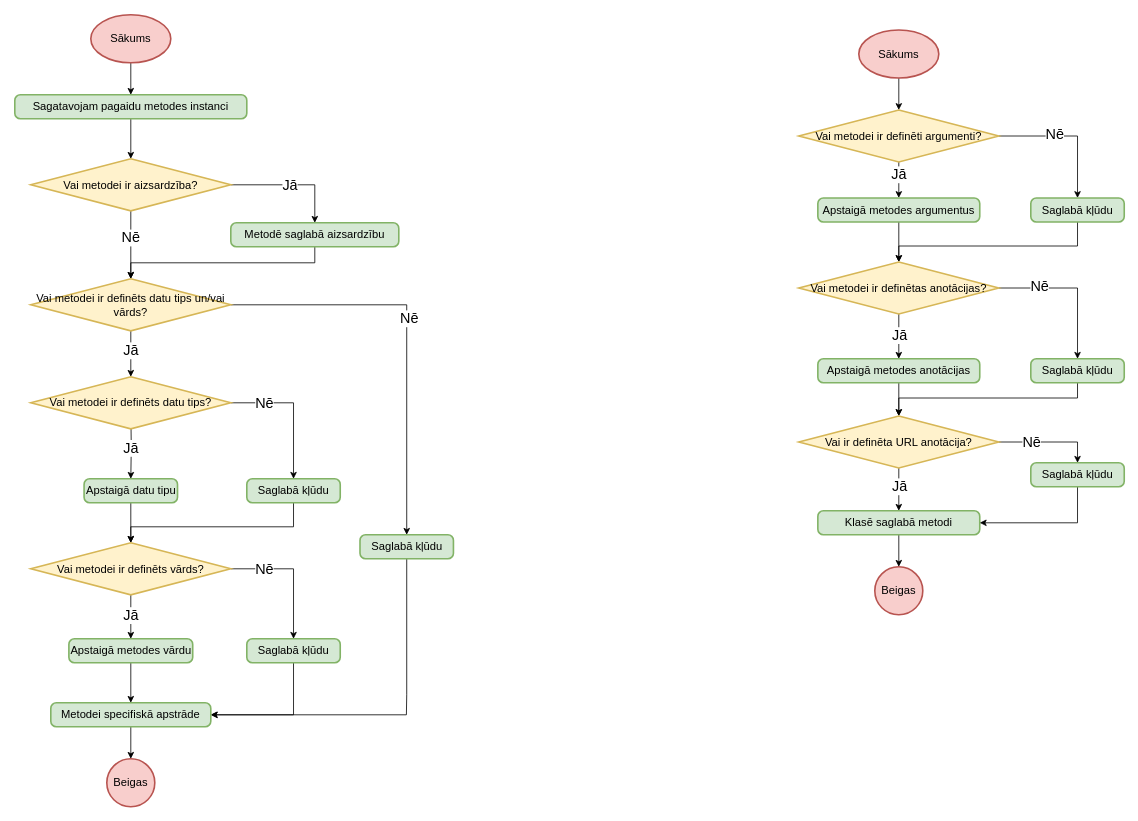
artiks12/webAppOS keeps this draw.io diagram as page "Metodes kompilēšana" (1 of 10) of src/Kvalifikacijas darbs/Diagrammas/Kompilators/Metodes.drawio. Above is the earlier version. Source tidied: cells renumbered, new cells numbered last; positions are measured from the earlier drawing's top-left corner, leaving out a move shared by most shapes. Both pictures are drawn from the tidied source at 80%, with x=0, y=0 at pixel (14, 14).
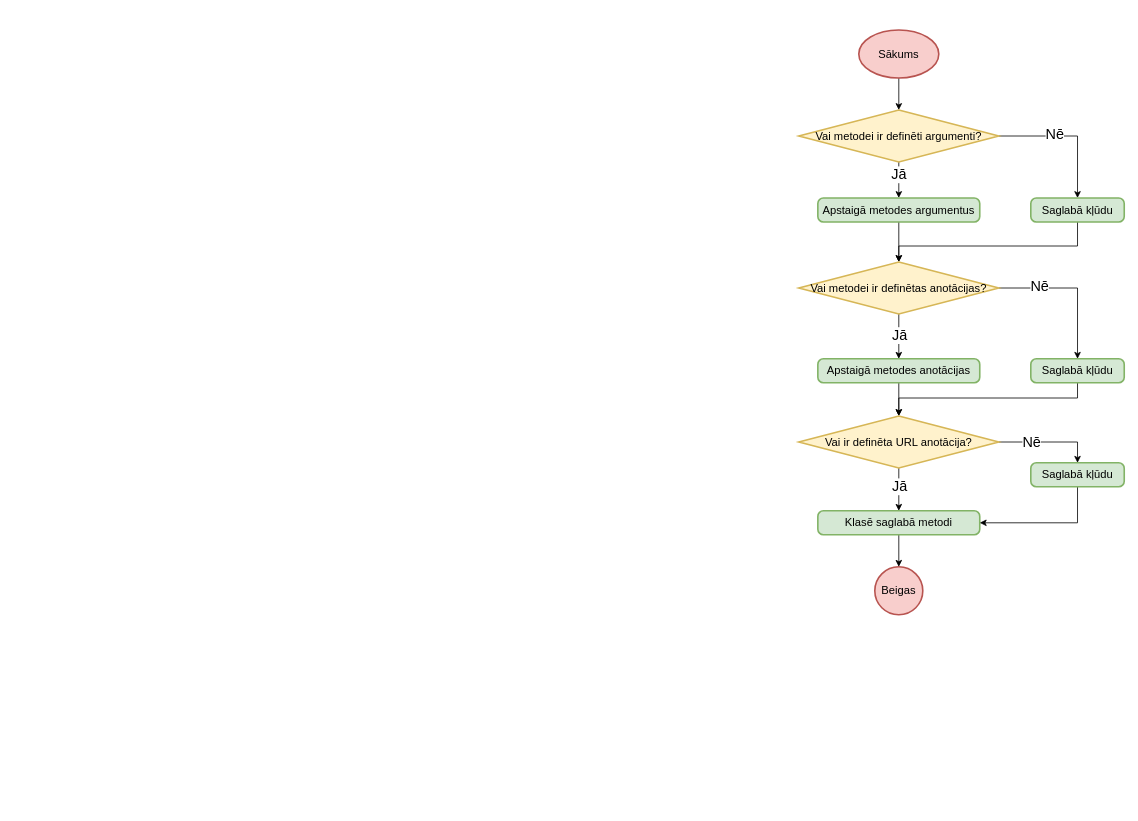
After the change.

What changed in the source:
```diff
@@
-    <mxCell id="2" style="edgeStyle=orthogonalEdgeStyle;rounded=0;jettySize=auto;html=1;entryX=0.5;entryY=0;entryDx=0;entryDy=0;" parent="1" edge="1" source="3" target="10">
-      <mxGeometry relative="1" as="geometry" />
-    </mxCell>
-    <mxCell id="3" value="Sākums" style="strokeWidth=2;html=1;shape=mxgraph.flowchart.start_1;whiteSpace=wrap;fontSize=14;fillColor=#f8cecc;strokeColor=#b85450;" parent="1" vertex="1">
-      <mxGeometry x="95" width="100" height="60" as="geometry" />
-    </mxCell>
-    <mxCell id="4" style="edgeStyle=orthogonalEdgeStyle;rounded=0;jettySize=auto;html=1;exitX=1;exitY=0.5;exitDx=0;exitDy=0;exitPerimeter=0;entryX=0.5;entryY=0;entryDx=0;entryDy=0;" parent="1" edge="1" source="8" target="12">
-      <mxGeometry relative="1" as="geometry">
-        <Array as="points">
-          <mxPoint x="375.5" y="213" />
-        </Array>
-      </mxGeometry>
-    </mxCell>
-    <mxCell id="5" value="&lt;font style=&quot;font-size: 18px&quot;&gt;Jā&lt;/font&gt;" style="edgeLabel;html=1;align=center;verticalAlign=middle;" parent="4" vertex="1">
-      <mxGeometry x="-0.07" y="1" relative="1" as="geometry">
-        <mxPoint x="2" y="1" as="offset" />
-      </mxGeometry>
-    </mxCell>
-    <mxCell id="6" style="edgeStyle=orthogonalEdgeStyle;rounded=0;jettySize=auto;html=1;entryX=0.5;entryY=0;entryDx=0;entryDy=0;exitX=0.5;exitY=1;exitDx=0;exitDy=0;exitPerimeter=0;entryPerimeter=0;" parent="1" edge="1" source="8" target="17">
-      <mxGeometry relative="1" as="geometry" />
-    </mxCell>
-    <mxCell id="7" value="&lt;font style=&quot;font-size: 18px&quot;&gt;Nē&lt;/font&gt;" style="edgeLabel;html=1;align=center;verticalAlign=middle;" parent="6" vertex="1">
-      <mxGeometry x="-0.31" y="-2" relative="1" as="geometry">
-        <mxPoint x="1" y="4" as="offset" />
-      </mxGeometry>
-    </mxCell>
-    <mxCell id="8" value="Vai metodei ir aizsardzība?" style="strokeWidth=2;html=1;shape=mxgraph.flowchart.decision;whiteSpace=wrap;fontSize=14;fillColor=#fff2cc;strokeColor=#d6b656;" parent="1" vertex="1">
-      <mxGeometry x="20" y="180" width="250" height="65" as="geometry" />
-    </mxCell>
-    <mxCell id="9" style="edgeStyle=orthogonalEdgeStyle;rounded=0;jettySize=auto;html=1;entryX=0.5;entryY=0;entryDx=0;entryDy=0;fontSize=18;entryPerimeter=0;" parent="1" edge="1" source="10" target="8">
-      <mxGeometry relative="1" as="geometry" />
-    </mxCell>
-    <mxCell id="10" value="Sagatavojam pagaidu metodes instanci" style="rounded=1;whiteSpace=wrap;html=1;absoluteArcSize=1;arcSize=14;strokeWidth=2;fontSize=14;fillColor=#d5e8d4;strokeColor=#82b366;" parent="1" vertex="1">
-      <mxGeometry y="100" width="290" height="30" as="geometry" />
-    </mxCell>
-    <mxCell id="11" style="edgeStyle=orthogonalEdgeStyle;rounded=0;jettySize=auto;html=1;entryX=0.5;entryY=0;entryDx=0;entryDy=0;entryPerimeter=0;exitX=0.5;exitY=1;exitDx=0;exitDy=0;" parent="1" edge="1" source="12" target="17">
-      <mxGeometry relative="1" as="geometry">
-        <Array as="points">
-          <mxPoint x="375.5" y="310" />
-          <mxPoint x="145.5" y="310" />
-        </Array>
-      </mxGeometry>
-    </mxCell>
-    <mxCell id="12" value="Metodē saglabā aizsardzību" style="rounded=1;whiteSpace=wrap;html=1;absoluteArcSize=1;arcSize=14;strokeWidth=2;fontSize=14;fillColor=#d5e8d4;strokeColor=#82b366;" parent="1" vertex="1">
-      <mxGeometry x="270" y="260" width="210" height="30" as="geometry" />
-    </mxCell>
-    <mxCell id="13" style="edgeStyle=orthogonalEdgeStyle;rounded=0;jettySize=auto;html=1;exitX=1;exitY=0.5;exitDx=0;exitDy=0;exitPerimeter=0;entryX=0.5;entryY=0;entryDx=0;entryDy=0;" parent="1" edge="1" source="17" target="20">
-      <mxGeometry relative="1" as="geometry">
-        <Array as="points">
-          <mxPoint x="489.5" y="363" />
-        </Array>
-      </mxGeometry>
-    </mxCell>
-    <mxCell id="14" value="&lt;font style=&quot;font-size: 18px&quot;&gt;Nē&lt;/font&gt;" style="edgeLabel;html=1;align=center;verticalAlign=middle;" parent="13" vertex="1">
-      <mxGeometry x="-0.07" y="1" relative="1" as="geometry">
-        <mxPoint x="2" y="1" as="offset" />
-      </mxGeometry>
-    </mxCell>
-    <mxCell id="15" style="edgeStyle=orthogonalEdgeStyle;rounded=0;jettySize=auto;html=1;entryX=0.5;entryY=0;entryDx=0;entryDy=0;exitX=0.5;exitY=1;exitDx=0;exitDy=0;exitPerimeter=0;entryPerimeter=0;" parent="1" edge="1" source="17" target="22">
-      <mxGeometry relative="1" as="geometry" />
-    </mxCell>
-    <mxCell id="16" value="&lt;font style=&quot;font-size: 18px&quot;&gt;Jā&lt;/font&gt;" style="edgeLabel;html=1;align=center;verticalAlign=middle;" parent="15" vertex="1">
-      <mxGeometry x="-0.31" y="-2" relative="1" as="geometry">
-        <mxPoint x="1" y="4" as="offset" />
-      </mxGeometry>
-    </mxCell>
-    <mxCell id="17" value="Vai metodei ir definēts datu tips un/vai vārds?" style="strokeWidth=2;html=1;shape=mxgraph.flowchart.decision;whiteSpace=wrap;fontSize=14;fillColor=#fff2cc;strokeColor=#d6b656;" parent="1" vertex="1">
-      <mxGeometry x="20" y="330" width="250" height="65" as="geometry" />
-    </mxCell>
-    <mxCell id="18" style="edgeStyle=orthogonalEdgeStyle;rounded=0;jettySize=auto;html=1;entryX=0.5;entryY=0;entryDx=0;entryDy=0;" parent="1" edge="1" target="27">
-      <mxGeometry relative="1" as="geometry">
-        <mxPoint x="145.1" y="500" as="sourcePoint" />
-      </mxGeometry>
-    </mxCell>
-    <mxCell id="19" style="edgeStyle=orthogonalEdgeStyle;rounded=0;jettySize=auto;html=1;entryX=1;entryY=0.5;entryDx=0;entryDy=0;exitX=0.5;exitY=1;exitDx=0;exitDy=0;" parent="1" edge="1" source="20" target="39">
-      <mxGeometry relative="1" as="geometry">
-        <Array as="points">
-          <mxPoint x="489.5" y="850" />
-          <mxPoint x="489.5" y="915" />
-        </Array>
-      </mxGeometry>
-    </mxCell>
-    <mxCell id="20" value="Saglabā kļūdu" style="rounded=1;whiteSpace=wrap;html=1;absoluteArcSize=1;arcSize=14;strokeWidth=2;fontSize=14;fillColor=#d5e8d4;strokeColor=#82b366;" parent="1" vertex="1">
-      <mxGeometry x="431.5" y="650" width="116.8" height="30" as="geometry" />
-    </mxCell>
-    <mxCell id="21" style="edgeStyle=orthogonalEdgeStyle;rounded=0;jettySize=auto;html=1;entryX=0.5;entryY=0;entryDx=0;entryDy=0;" parent="1" edge="1" source="22" target="32">
-      <mxGeometry relative="1" as="geometry" />
-    </mxCell>
-    <mxCell id="22" value="Vai metodei ir definēts datu tips?" style="strokeWidth=2;html=1;shape=mxgraph.flowchart.decision;whiteSpace=wrap;fontSize=14;fillColor=#fff2cc;strokeColor=#d6b656;" parent="1" vertex="1">
-      <mxGeometry x="20" y="452.5" width="250" height="65" as="geometry" />
-    </mxCell>
-    <mxCell id="23" style="edgeStyle=orthogonalEdgeStyle;rounded=0;jettySize=auto;html=1;entryX=0.5;entryY=0;entryDx=0;entryDy=0;" parent="1" edge="1" source="25" target="30">
-      <mxGeometry relative="1" as="geometry" />
-    </mxCell>
-    <mxCell id="24" style="edgeStyle=orthogonalEdgeStyle;rounded=0;jettySize=auto;html=1;" parent="1" edge="1" source="25" target="36">
-      <mxGeometry relative="1" as="geometry" />
-    </mxCell>
-    <mxCell id="25" value="Vai metodei ir definēts vārds?" style="strokeWidth=2;html=1;shape=mxgraph.flowchart.decision;whiteSpace=wrap;fontSize=14;fillColor=#fff2cc;strokeColor=#d6b656;" parent="1" vertex="1">
-      <mxGeometry x="20" y="660" width="250" height="65" as="geometry" />
-    </mxCell>
-    <mxCell id="26" style="edgeStyle=orthogonalEdgeStyle;rounded=0;jettySize=auto;html=1;entryX=0.5;entryY=0;entryDx=0;entryDy=0;entryPerimeter=0;" parent="1" edge="1" source="27" target="25">
-      <mxGeometry relative="1" as="geometry" />
-    </mxCell>
-    <mxCell id="27" value="Apstaigā datu tipu" style="rounded=1;whiteSpace=wrap;html=1;absoluteArcSize=1;arcSize=14;strokeWidth=2;fontSize=14;fillColor=#d5e8d4;strokeColor=#82b366;" parent="1" vertex="1">
-      <mxGeometry x="86.6" y="580" width="116.8" height="30" as="geometry" />
-    </mxCell>
-    <mxCell id="28" value="&lt;font style=&quot;font-size: 18px&quot;&gt;Jā&lt;/font&gt;" style="edgeLabel;html=1;align=center;verticalAlign=middle;" parent="1" vertex="1">
-      <mxGeometry x="144" y="541" as="geometry" />
-    </mxCell>
-    <mxCell id="29" style="edgeStyle=orthogonalEdgeStyle;rounded=0;jettySize=auto;html=1;entryX=0.5;entryY=0;entryDx=0;entryDy=0;" parent="1" edge="1" source="30" target="39">
-      <mxGeometry relative="1" as="geometry" />
-    </mxCell>
-    <mxCell id="30" value="Apstaigā metodes vārdu" style="rounded=1;whiteSpace=wrap;html=1;absoluteArcSize=1;arcSize=14;strokeWidth=2;fontSize=14;fillColor=#d5e8d4;strokeColor=#82b366;" parent="1" vertex="1">
-      <mxGeometry x="67.6" y="780" width="154.8" height="30" as="geometry" />
-    </mxCell>
-    <mxCell id="31" style="edgeStyle=orthogonalEdgeStyle;rounded=0;jettySize=auto;html=1;entryX=0.5;entryY=0;entryDx=0;entryDy=0;entryPerimeter=0;exitX=0.5;exitY=1;exitDx=0;exitDy=0;" parent="1" edge="1" source="32" target="25">
-      <mxGeometry relative="1" as="geometry">
-        <Array as="points">
-          <mxPoint x="348.5" y="640" />
-          <mxPoint x="145.5" y="640" />
-        </Array>
-      </mxGeometry>
-    </mxCell>
-    <mxCell id="32" value="Saglabā kļūdu" style="rounded=1;whiteSpace=wrap;html=1;absoluteArcSize=1;arcSize=14;strokeWidth=2;fontSize=14;fillColor=#d5e8d4;strokeColor=#82b366;" parent="1" vertex="1">
-      <mxGeometry x="290" y="580" width="116.8" height="30" as="geometry" />
-    </mxCell>
-    <mxCell id="33" value="&lt;font style=&quot;font-size: 18px&quot;&gt;Jā&lt;/font&gt;" style="edgeLabel;html=1;align=center;verticalAlign=middle;" parent="1" vertex="1">
-      <mxGeometry x="144" y="750" as="geometry" />
-    </mxCell>
-    <mxCell id="34" value="&lt;font style=&quot;font-size: 18px&quot;&gt;Nē&lt;/font&gt;" style="edgeLabel;html=1;align=center;verticalAlign=middle;" parent="1" vertex="1">
-      <mxGeometry x="311.5" y="485" as="geometry" />
-    </mxCell>
-    <mxCell id="35" style="edgeStyle=orthogonalEdgeStyle;rounded=0;jettySize=auto;html=1;entryX=1;entryY=0.5;entryDx=0;entryDy=0;" parent="1" edge="1" source="36" target="39">
-      <mxGeometry relative="1" as="geometry">
-        <Array as="points">
-          <mxPoint x="348.5" y="875" />
-        </Array>
-      </mxGeometry>
-    </mxCell>
-    <mxCell id="36" value="Saglabā kļūdu" style="rounded=1;whiteSpace=wrap;html=1;absoluteArcSize=1;arcSize=14;strokeWidth=2;fontSize=14;fillColor=#d5e8d4;strokeColor=#82b366;" parent="1" vertex="1">
-      <mxGeometry x="290" y="780" width="116.8" height="30" as="geometry" />
-    </mxCell>
-    <mxCell id="37" value="&lt;font style=&quot;font-size: 18px&quot;&gt;Nē&lt;/font&gt;" style="edgeLabel;html=1;align=center;verticalAlign=middle;" parent="1" vertex="1">
-      <mxGeometry x="311.5" y="692.5" as="geometry" />
-    </mxCell>
-    <mxCell id="38" style="edgeStyle=orthogonalEdgeStyle;rounded=0;jettySize=auto;html=1;entryX=0.5;entryY=0;entryDx=0;entryDy=0;entryPerimeter=0;" parent="1" edge="1" source="39" target="40">
-      <mxGeometry relative="1" as="geometry" />
-    </mxCell>
-    <mxCell id="39" value="Metodei specifiskā apstrāde" style="rounded=1;whiteSpace=wrap;html=1;absoluteArcSize=1;arcSize=14;strokeWidth=2;fontSize=14;fillColor=#d5e8d4;strokeColor=#82b366;" parent="1" vertex="1">
-      <mxGeometry x="45" y="860" width="200" height="30" as="geometry" />
-    </mxCell>
-    <mxCell id="40" value="Beigas" style="strokeWidth=2;html=1;shape=mxgraph.flowchart.start_2;whiteSpace=wrap;fontSize=14;fillColor=#f8cecc;strokeColor=#b85450;" parent="1" vertex="1">
-      <mxGeometry x="115" y="930" width="60" height="60" as="geometry" />
-    </mxCell>
```
